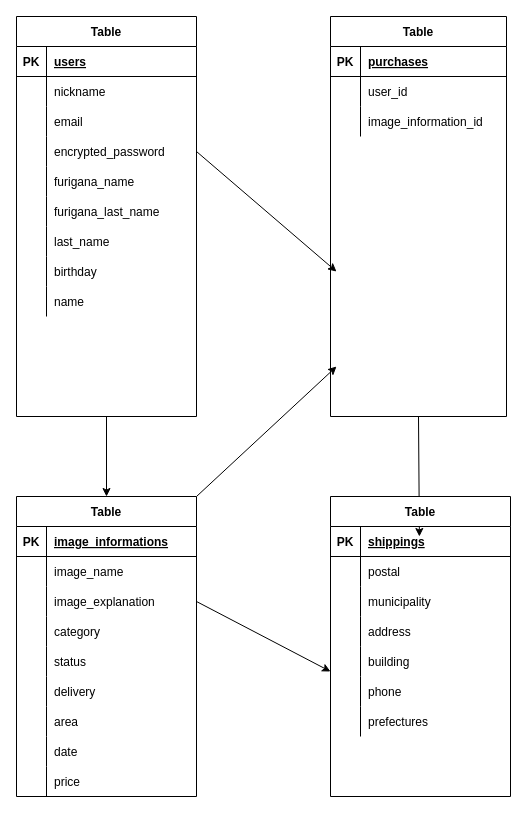
Earlier version of the draw.io diagram furima.dio (syumpei1997/furima-36707). Source tidied: cells renumbered, new cells numbered last; positions are measured from the earlier drawing's top-left corner, leaving out a move shared by most shapes. Both pictures are drawn from the tidied source at 100%, with x=0, y=0 at pixel (16, 16).
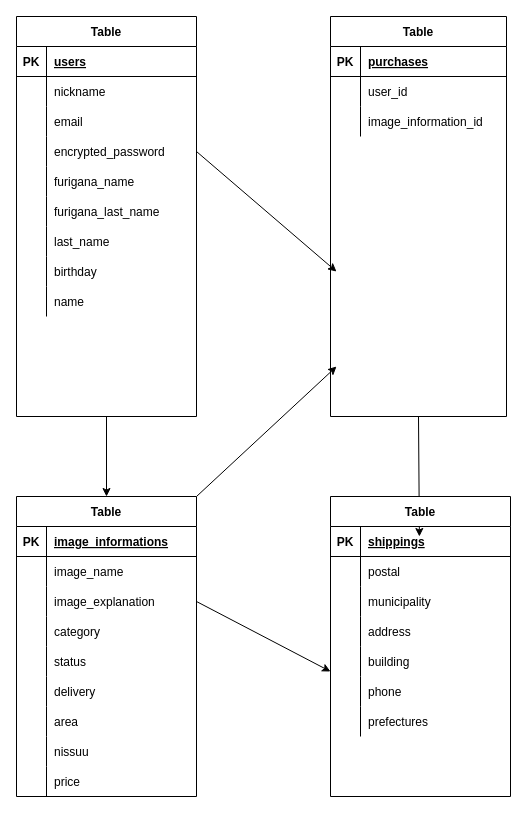
After the change.

Commit message (it also covers changes not shown here):
DB設計再提出5

Unchanged cells that the change refers to:
```xml
<mxCell id="65" style="shape=partialRectangle;fillColor=none;top=0;left=0;bottom=0;right=0;" parent="43" vertex="1">
  <mxGeometry y="240" width="180" height="30" as="geometry" />
</mxCell>
```

What changed in the source:
```diff
@@
-    <mxCell id="67" value="date" style="shape=partialRectangle;fillColor=none;top=0;left=0;bottom=0;right=0;align=left;spacingLeft=6;overflow=hidden;" parent="65" vertex="1">
+    <mxCell id="67" value="nissuu" style="shape=partialRectangle;fillColor=none;top=0;left=0;bottom=0;right=0;align=left;spacingLeft=6;overflow=hidden;" parent="65" vertex="1">
       <mxGeometry x="30" width="150" height="30" as="geometry" />
     </mxCell>
```
